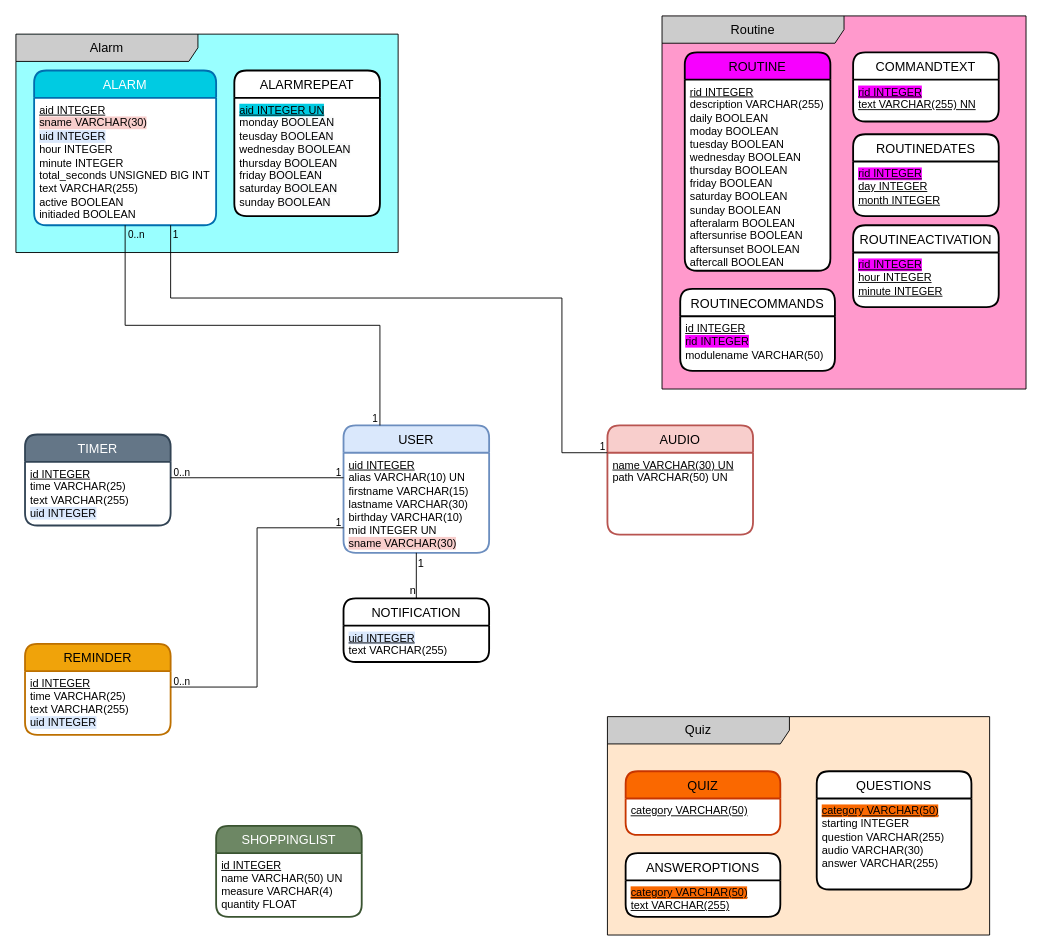
The draw.io diagram doc/database/files/erm.drawio in TrellixVulnTeam/Jarvis_ENYN, before the edit. Source tidied: cells renumbered, new cells numbered last; positions are measured from the earlier drawing's top-left corner, leaving out a move shared by most shapes. Both pictures are drawn from the tidied source at 91%, with x=0, y=0 at pixel (15, 15).
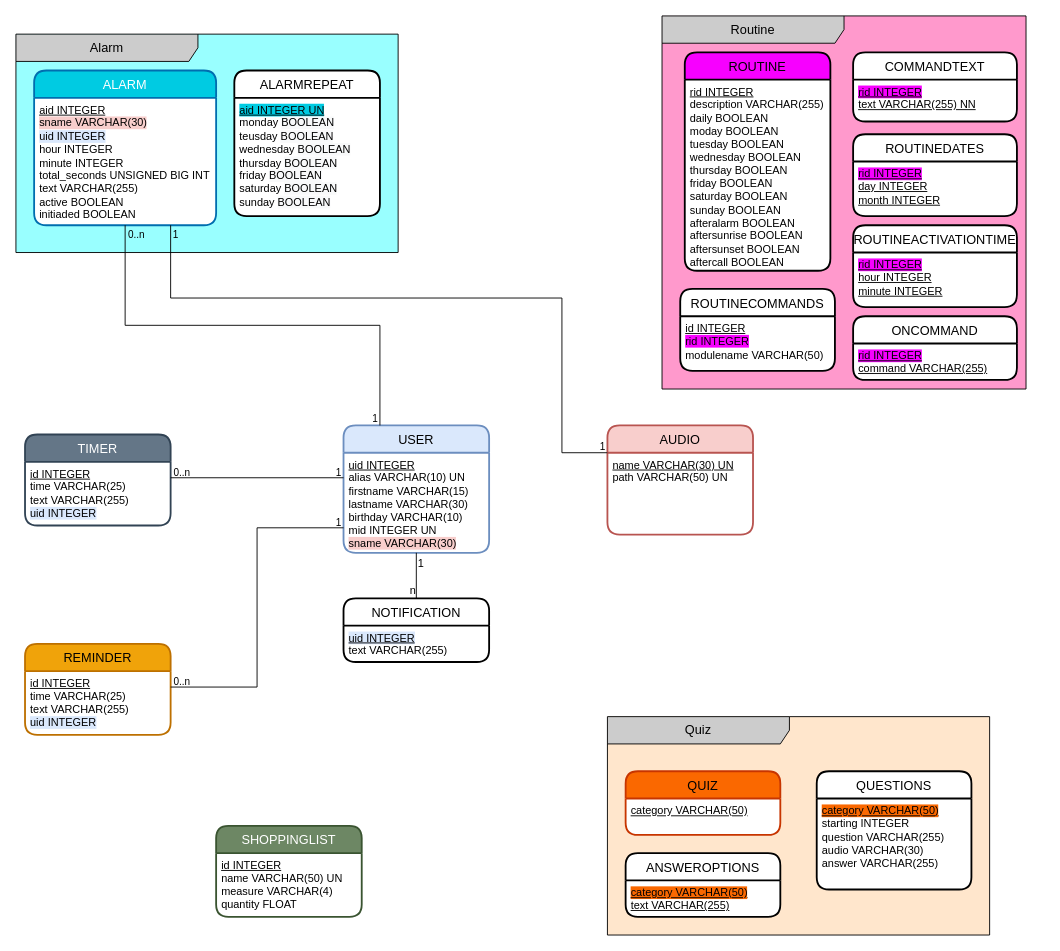
The same diagram, later.

Commit message (it also covers changes not shown here):
user can assign "new commands" to routines and call the routine through this command

Diff of the diagram source:
```diff
@@
     <mxCell id="12" style="group;" parent="1" vertex="1">
-      <mxGeometry x="710" width="420" height="410" as="geometry" />
+      <mxGeometry x="710" width="420" height="420" as="geometry" />
     </mxCell>
     <mxCell id="13" style="group;" parent="12" vertex="1">
-      <mxGeometry width="400" height="410" as="geometry" />
+      <mxGeometry width="400" height="420" as="geometry" />
     </mxCell>
@@
     <mxCell id="19" value="COMMANDTEXT" style="swimlane;horizontal=1;startSize=30;rounded=1;fontSize=14;fontStyle=0;strokeWidth=2;shadow=0;dashed=0;align=center;swimlaneFillColor=default;" parent="13" vertex="1">
-      <mxGeometry x="210" y="40" width="160" height="76" as="geometry" />
+      <mxGeometry x="210" y="40" width="180" height="76" as="geometry" />
     </mxCell>
     <mxCell id="20" value="&lt;u&gt;&lt;span style=&quot;background-color: rgb(247 , 0 , 255)&quot;&gt;rid INTEGER&lt;/span&gt;&lt;br&gt;text VARCHAR(255) NN&lt;/u&gt;" style="align=left;strokeColor=none;fillColor=none;spacingLeft=4;fontSize=12;verticalAlign=top;html=1;" parent="19" vertex="1">
-      <mxGeometry y="30" width="160" height="46" as="geometry" />
+      <mxGeometry y="30" width="180" height="46" as="geometry" />
     </mxCell>
     <mxCell id="21" value="ROUTINEDATES" style="swimlane;horizontal=1;startSize=30;rounded=1;fontSize=14;fontStyle=0;strokeWidth=2;shadow=0;dashed=0;align=center;swimlaneFillColor=default;" parent="13" vertex="1">
-      <mxGeometry x="210" y="130" width="160" height="90" as="geometry" />
+      <mxGeometry x="210" y="130" width="180" height="90" as="geometry" />
     </mxCell>
     <mxCell id="22" value="&lt;u&gt;&lt;span style=&quot;background-color: rgb(247 , 0 , 255)&quot;&gt;rid INTEGER&lt;/span&gt;&lt;br&gt;day INTEGER&lt;br&gt;month INTEGER&lt;/u&gt;" style="align=left;strokeColor=none;fillColor=none;spacingLeft=4;fontSize=12;verticalAlign=top;html=1;" parent="21" vertex="1">
-      <mxGeometry y="30" width="160" height="60" as="geometry" />
+      <mxGeometry y="30" width="180" height="60" as="geometry" />
     </mxCell>
-    <mxCell id="23" value="ROUTINEACTIVATION" style="swimlane;horizontal=1;startSize=30;rounded=1;fontSize=14;fontStyle=0;strokeWidth=2;shadow=0;dashed=0;align=center;swimlaneFillColor=default;" parent="13" vertex="1">
-      <mxGeometry x="210" y="230" width="160" height="90" as="geometry" />
+    <mxCell id="23" value="ROUTINEACTIVATIONTIME" style="swimlane;horizontal=1;startSize=30;rounded=1;fontSize=14;fontStyle=0;strokeWidth=2;shadow=0;dashed=0;align=center;swimlaneFillColor=default;" parent="13" vertex="1">
+      <mxGeometry x="210" y="230" width="180" height="90" as="geometry" />
     </mxCell>
     <mxCell id="24" value="&lt;u&gt;&lt;span style=&quot;background-color: rgb(247 , 0 , 255)&quot;&gt;rid INTEGER&lt;/span&gt;&lt;br&gt;hour INTEGER&lt;br&gt;minute INTEGER&lt;/u&gt;" style="align=left;strokeColor=none;fillColor=none;spacingLeft=4;fontSize=12;verticalAlign=top;html=1;" parent="23" vertex="1">
-      <mxGeometry y="30" width="160" height="60" as="geometry" />
+      <mxGeometry y="30" width="180" height="60" as="geometry" />
     </mxCell>
+    <mxCell id="56" value="ONCOMMAND" style="swimlane;horizontal=1;startSize=30;rounded=1;fontSize=14;fontStyle=0;strokeWidth=2;shadow=0;dashed=0;align=center;swimlaneFillColor=default;" parent="13" vertex="1">
+      <mxGeometry x="210" y="330" width="180" height="70" as="geometry" />
+    </mxCell>
+    <mxCell id="57" value="&lt;u&gt;&lt;span style=&quot;background-color: rgb(247 , 0 , 255)&quot;&gt;rid INTEGER&lt;/span&gt;&lt;br&gt;command VARCHAR(255)&lt;br&gt;&lt;/u&gt;" style="align=left;strokeColor=none;fillColor=none;spacingLeft=4;fontSize=12;verticalAlign=top;html=1;" parent="56" vertex="1">
+      <mxGeometry y="30" width="180" height="40" as="geometry" />
+    </mxCell>
```
